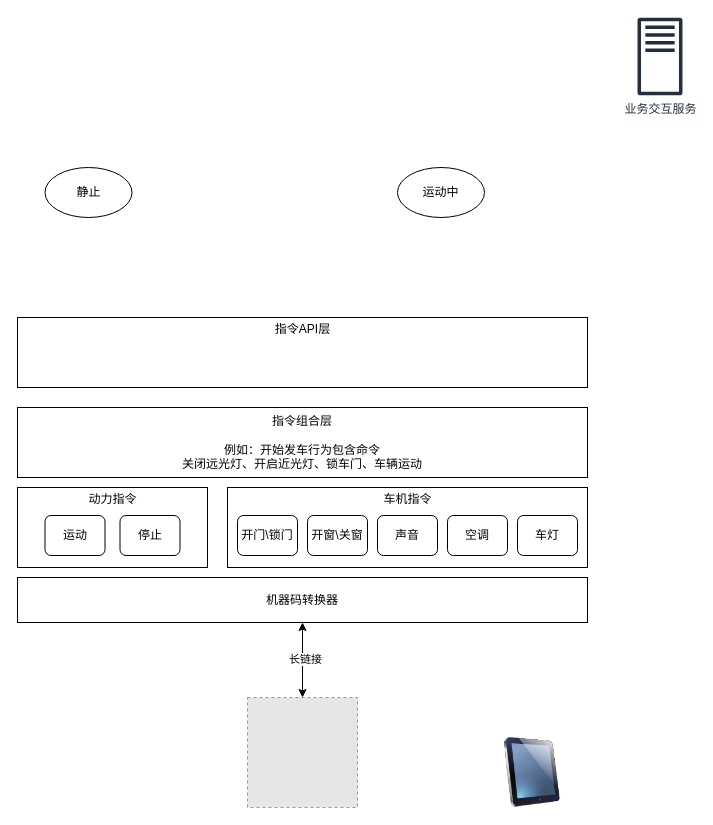
Earlier version of the draw.io diagram 自动驾驶服务侧.drawio (chenjinying1988/diagrams). Source tidied: cells renumbered, new cells numbered last; positions are measured from the earlier drawing's top-left corner, leaving out a move shared by most shapes. Both pictures are drawn from the tidied source at 100%, with x=0, y=0 at pixel (17, 17). Pictures stored in the file or linked from it are replaced by grey dashed boxes.
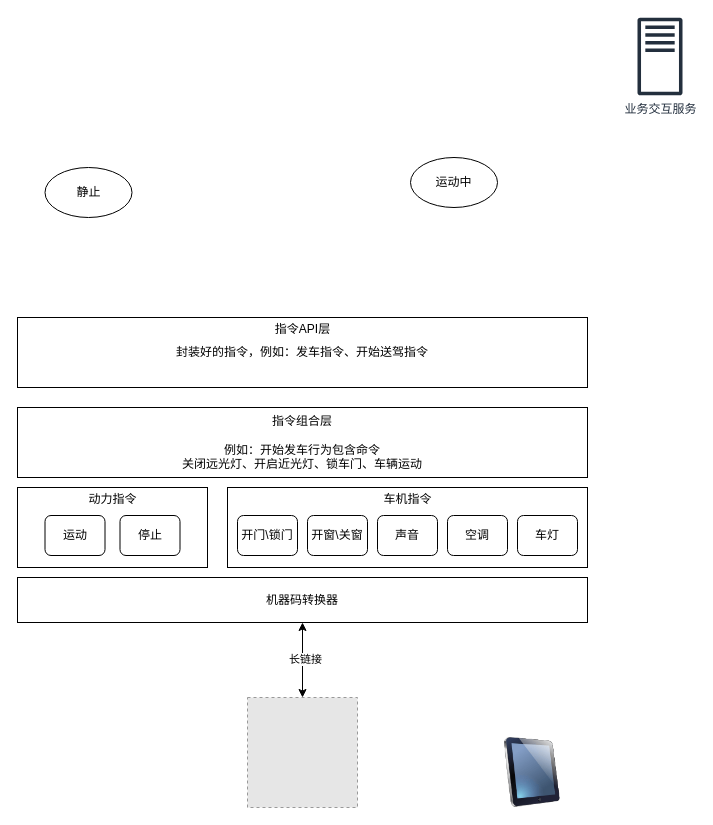
The same page after the edit.

Commit message:
更新自动驾驶服务侧.drawio

The edit, as a diff of the source:
```diff
@@
     <mxCell id="21" value="运动中" style="ellipse;whiteSpace=wrap;html=1;" parent="1" vertex="1">
-      <mxGeometry x="380" y="150" width="87" height="50" as="geometry" />
+      <mxGeometry x="393" y="140" width="87" height="50" as="geometry" />
     </mxCell>
-    <mxCell id="22" style="rounded=0;whiteSpace=wrap;html=1;" parent="1" vertex="1">
+    <mxCell id="22" value="封装好的指令，例如：发车指令、开始送驾指令" style="rounded=0;whiteSpace=wrap;html=1;" parent="1" vertex="1">
       <mxGeometry y="300" width="570" height="70" as="geometry" />
     </mxCell>
```
